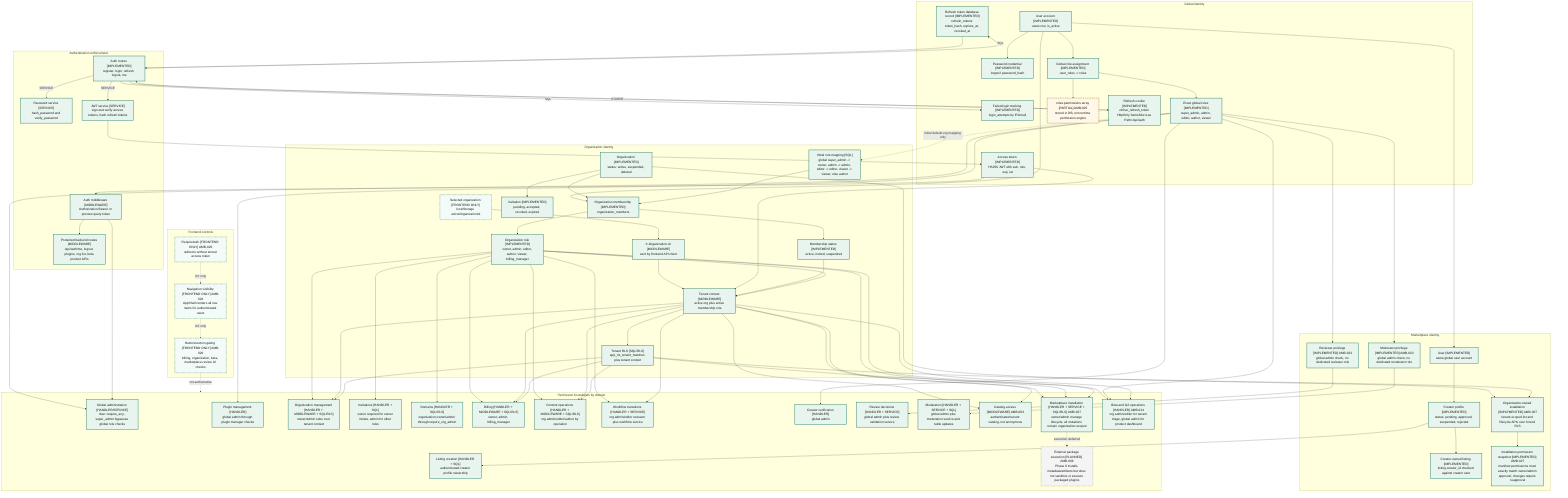
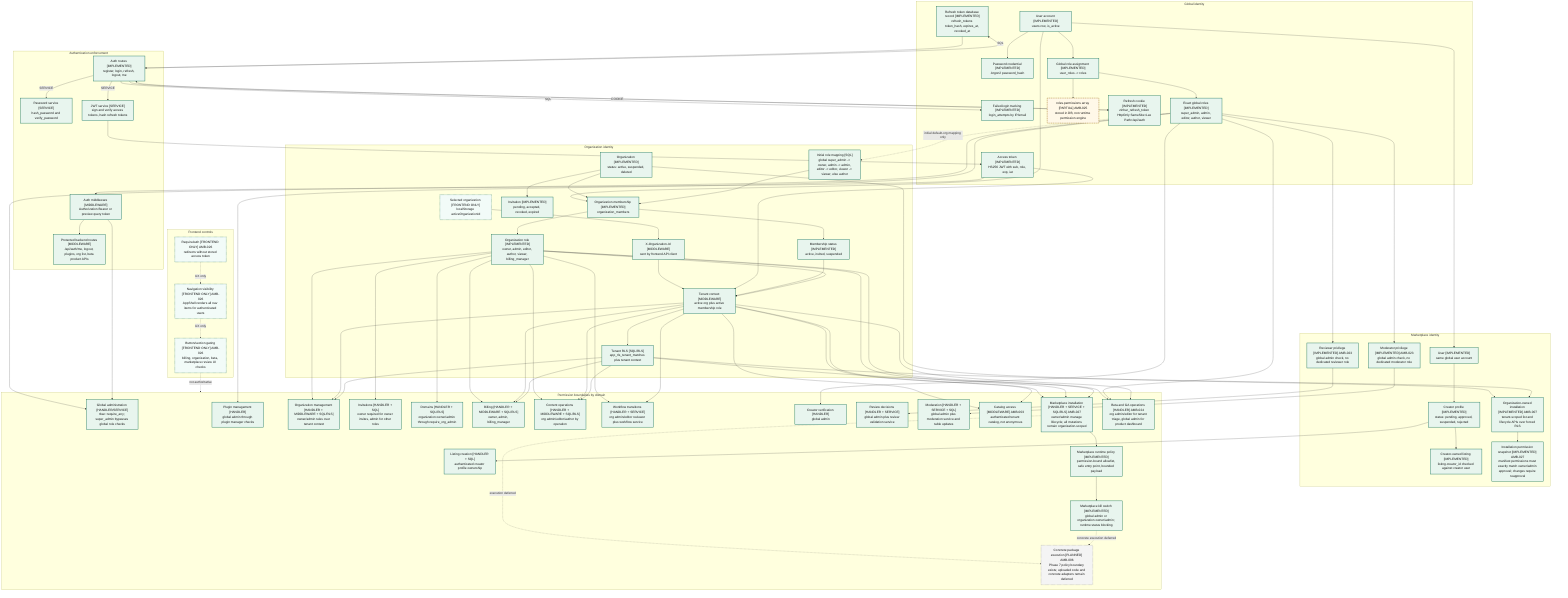
%% Evidence: backend/src/routes/auth.rs
%% Evidence: backend/src/middleware/auth.rs
%% Evidence: backend/src/services/jwt.rs
%% Evidence: backend/src/services/password.rs
%% Evidence: backend/src/services/security.rs
%% Evidence: backend/src/services/rbac.rs
%% Evidence: backend/src/middleware/tenant.rs
%% Evidence: backend/src/services/rls.rs
%% Evidence: backend/src/routes/organizations.rs
%% Evidence: backend/src/routes/billing.rs
%% Evidence: backend/src/routes/beta.rs
%% Evidence: backend/src/routes/marketplace.rs
%% Evidence: backend/src/routes/plugins.rs
%% Evidence: frontend/src/components/RequireAuth.tsx
%% Evidence: frontend/src/components/AppShell.tsx
%% Evidence: frontend/src/stores/useAppStore.ts
%% Evidence: frontend/src/services/api.ts
%% Evidence: backend/migrations/0001_initial_schema.sql
%% Evidence: backend/migrations/0002_seed_foundation_data.sql
%% Evidence: backend/migrations/0003_phase_one_core.sql
%% Evidence: backend/migrations/0007_phase_seven_security.sql
%% Evidence: backend/migrations/0008_v2_phase_one_organizations.sql
%% Evidence: backend/migrations/0009_v2_phase_three_rls.sql
%% Evidence: backend/migrations/0015_v3_phase_one_marketplace_foundation.sql
%% Evidence: backend/migrations/0016_v3_phase_two_creator_submission.sql
%% Evidence: backend/migrations/0018_v3_phase_four_review_moderation.sql
%% Evidence: backend/migrations/0019_v3_phase_six_installation_lifecycle.sql
+ %% Evidence: backend/migrations/0020_v3_phase_seven_permission_sandbox_kill_switch.sql
%% Evidence: backend/src/services/marketplace_installation.rs
+ %% Evidence: backend/src/services/marketplace_runtime.rs
+ %% Evidence: backend/src/routes/marketplace_runtime.rs
%% Evidence: docs/diagrams/AMBIGUITIES.md
flowchart TD
  subgraph global_identity["Global identity"]
    user_account["User account [IMPLEMENTED]<br/>users row, is_active"]
    password_credential["Password credential [IMPLEMENTED]<br/>Argon2 password_hash"]
    failed_login["Failed-login tracking [IMPLEMENTED]<br/>login_attempts by IP/email"]
    global_role_assignment["Global role assignment [IMPLEMENTED]<br/>user_roles -> roles"]
    global_roles["Exact global roles [IMPLEMENTED]<br/>super_admin, admin, editor, author, viewer"]
    role_permissions_array["roles.permissions array [PARTIAL] AMB-025<br/>stored in DB, not runtime permission engine"]
    access_token["Access token [IMPLEMENTED]<br/>HS256 JWT with sub, role, exp, iat"]
    refresh_record["Refresh token database record [IMPLEMENTED]<br/>refresh_tokens token_hash, expires_at, revoked_at"]
    refresh_cookie["Refresh cookie [IMPLEMENTED]<br/>zinhar_refresh_token HttpOnly SameSite=Lax Path=/api/auth"]
  end

  subgraph auth_enforcement["Authentication enforcement"]
    auth_routes["Auth routes [IMPLEMENTED]<br/>register, login, refresh, logout, me"]
    password_service["Password service [SERVICE]<br/>hash_password and verify_password"]
    jwt_service["JWT service [SERVICE]<br/>sign and verify access tokens, hash refresh tokens"]
    auth_middleware["Auth middleware [MIDDLEWARE]<br/>Authorization Bearer or preview query token"]
    protected_routes["Protected backend routes [MIDDLEWARE]<br/>/api/auth/me, logout, plugins, org list, beta product APIs"]
  end

  subgraph org_identity["Organization identity"]
    organization["Organization [IMPLEMENTED]<br/>status: active, suspended, deleted"]
    membership["Organization membership [IMPLEMENTED]<br/>organization_members"]
    membership_status["Membership status [IMPLEMENTED]<br/>active, invited, suspended"]
    org_role["Organization role [IMPLEMENTED]<br/>owner, admin, editor, author, viewer, billing_manager"]
    invitation["Invitation [IMPLEMENTED]<br/>pending, accepted, revoked, expired"]
    selected_org["Selected organization [FRONTEND ONLY]<br/>localStorage activeOrganizationId"]
    org_header["X-Organization-Id [MIDDLEWARE]<br/>sent by frontend API client"]
    tenant_context["Tenant context [MIDDLEWARE]<br/>active org plus active membership role"]
    tenant_rls["Tenant RLS [SQL/RLS]<br/>app_rls_tenant_matches plus tenant context"]
    role_mapping["Initial role mapping [SQL]<br/>global super_admin -> owner, admin -> admin, editor -> editor, viewer -> viewer, else author"]
  end

  subgraph marketplace_identity["Marketplace identity"]
    marketplace_user["User [IMPLEMENTED]<br/>same global user account"]
    creator_profile["Creator profile [IMPLEMENTED]<br/>status: pending, approved, suspended, rejected"]
    creator_listing["Creator-owned listing [IMPLEMENTED]<br/>listing.creator_id checked against creator user"]
    reviewer_privilege["Reviewer privilege [IMPLEMENTED] AMB-023<br/>global admin check, no dedicated reviewer role"]
    moderator_privilege["Moderator privilege [IMPLEMENTED] AMB-023<br/>global admin check, no dedicated moderator role"]
    org_installation["Organization-owned installation [IMPLEMENTED] AMB-007<br/>tenant-scoped list and lifecycle APIs over forced RLS"]
    install_permission_snapshot["Installation permission snapshot [IMPLEMENTED] AMB-027<br/>manifest permissions must exactly match owner/admin approval; changes require reapproval"]
  end

  subgraph frontend_controls["Frontend controls"]
    require_auth["RequireAuth [FRONTEND ONLY] AMB-026<br/>redirects without stored access token"]
    nav_visibility["Navigation visibility [FRONTEND ONLY] AMB-026<br/>AppShell renders all nav items for authenticated users"]
    frontend_button_gates["Button/section gating [FRONTEND ONLY] AMB-026<br/>billing, organization, beta, marketplace review UI checks"]
  end

  subgraph permission_boundaries["Permission boundaries by domain"]
    global_admin_boundary["Global administration [HANDLER/SERVICE]<br/>rbac::require_any; super_admin bypasses global role checks"]
    plugin_boundary["Plugin management [HANDLER]<br/>global admin through plugin manager checks"]
    organization_boundary["Organization management [HANDLER + MIDDLEWARE + SQL/RLS]<br/>owner/admin rules over tenant context"]
    invitation_boundary["Invitations [HANDLER + SQL]<br/>owner required for owner invites, admin for other roles"]
    domain_boundary["Domains [HANDLER + SQL/RLS]<br/>organization owner/admin through require_org_admin"]
    billing_boundary["Billing [HANDLER + MIDDLEWARE + SQL/RLS]<br/>owner, admin, billing_manager"]
    content_boundary["Content operations [HANDLER + MIDDLEWARE + SQL/RLS]<br/>org admin/editor/author by operation"]
    workflow_boundary["Workflow transitions [HANDLER + SERVICE]<br/>org admin/editor reviewer plus workflow service"]
    creator_verification_boundary["Creator verification [HANDLER]<br/>global admin"]
    listing_creation_boundary["Listing creation [HANDLER + SQL]<br/>authenticated creator profile ownership"]
    review_decision_boundary["Review decisions [HANDLER + SERVICE]<br/>global admin plus review validation service"]
    moderation_boundary["Moderation [HANDLER + SERVICE + SQL]<br/>global admin plus moderation service and table updates"]
    catalog_boundary["Catalog access [MIDDLEWARE] AMB-003<br/>authenticated tenant catalog, not anonymous"]
    installation_boundary["Marketplace installation [HANDLER + SERVICE + SQL/RLS] AMB-027<br/>owner/admin manage lifecycle; all mutations remain organization-scoped"]
-     installation_runtime_boundary["External package execution [PLANNED] AMB-006<br/>Phase 6 installs metadata/artifacts but does not sandbox or execute packaged plugins"]
+     runtime_policy_boundary["Marketplace runtime policy [IMPLEMENTED]<br/>permission-bound allowlist, safe entry point, bounded payload"]
+     kill_switch_boundary["Marketplace kill switch [IMPLEMENTED]<br/>global admin or organization owner/admin; runtime status blocking"]
+     installation_runtime_boundary["Concrete package execution [PLANNED] AMB-006<br/>Phase 7 policy boundary exists; uploaded code and concrete adapters remain deferred"]
    beta_boundary["Beta and GA operations [HANDLER] AMB-024<br/>org admin/editor for tenant triage, global admin for product dashboard"]
  end

  user_account --> password_credential
  user_account --> global_role_assignment
  global_role_assignment --> global_roles
  global_role_assignment --> role_permissions_array
  auth_routes -- "SERVICE" --> password_service
  auth_routes -- "SERVICE" --> jwt_service
  auth_routes -- "SQL" --> refresh_record
  auth_routes -- "COOKIE" --> refresh_cookie
  auth_routes -- "SQL" --> failed_login
  jwt_service --> access_token
  refresh_cookie --> auth_routes
  refresh_record --> auth_routes
  access_token --> auth_middleware
  auth_middleware --> protected_routes

  user_account --> membership
  organization --> membership
  membership --> membership_status
  membership --> org_role
  organization --> invitation
  global_roles -. "initial default-org mapping only" .-> role_mapping
  role_mapping --> membership
  selected_org --> org_header
  org_header --> tenant_context
  access_token --> tenant_context
  tenant_context --> tenant_rls
  membership_status --> tenant_context
  org_role --> tenant_context

  marketplace_user --> creator_profile
  user_account --> marketplace_user
  creator_profile --> creator_listing
  global_roles --> reviewer_privilege
  global_roles --> moderator_privilege
  organization --> org_installation
  org_installation --> install_permission_snapshot
  tenant_rls --> org_installation

  require_auth -. "UX only" .-> nav_visibility
  nav_visibility -. "UX only" .-> frontend_button_gates
  frontend_button_gates -. "not authoritative" .-> permission_boundaries

  global_roles --> global_admin_boundary
  global_roles --> plugin_boundary
  org_role --> organization_boundary
  org_role --> invitation_boundary
  org_role --> domain_boundary
  org_role --> billing_boundary
  org_role --> content_boundary
  org_role --> workflow_boundary
  global_roles --> creator_verification_boundary
  creator_profile --> listing_creation_boundary
  reviewer_privilege --> review_decision_boundary
  moderator_privilege --> moderation_boundary
  tenant_context --> catalog_boundary
  tenant_context --> installation_boundary
  org_role --> installation_boundary
  installation_boundary -. "execution deferred" .-> installation_runtime_boundary
+   installation_boundary --> runtime_policy_boundary
+   runtime_policy_boundary --> kill_switch_boundary
+   kill_switch_boundary -. "concrete execution deferred" .-> installation_runtime_boundary
  org_role --> beta_boundary
  global_roles --> beta_boundary

  auth_middleware --> global_admin_boundary
  tenant_context --> organization_boundary
  tenant_context --> billing_boundary
  tenant_context --> content_boundary
  tenant_context --> workflow_boundary
  tenant_context --> catalog_boundary
  tenant_context --> beta_boundary
  tenant_rls --> organization_boundary
  tenant_rls --> billing_boundary
  tenant_rls --> content_boundary
  tenant_rls --> installation_boundary

-   class user_account,password_credential,failed_login,global_role_assignment,global_roles,access_token,refresh_record,refresh_cookie,auth_routes,password_service,jwt_service,auth_middleware,protected_routes,organization,membership,membership_status,org_role,invitation,org_header,tenant_context,tenant_rls,role_mapping,marketplace_user,creator_profile,creator_listing,reviewer_privilege,moderator_privilege,org_installation,install_permission_snapshot,global_admin_boundary,plugin_boundary,organization_boundary,invitation_boundary,domain_boundary,billing_boundary,content_boundary,workflow_boundary,creator_verification_boundary,listing_creation_boundary,review_decision_boundary,moderation_boundary,catalog_boundary,installation_boundary,beta_boundary implemented
+   class user_account,password_credential,failed_login,global_role_assignment,global_roles,access_token,refresh_record,refresh_cookie,auth_routes,password_service,jwt_service,auth_middleware,protected_routes,organization,membership,membership_status,org_role,invitation,org_header,tenant_context,tenant_rls,role_mapping,marketplace_user,creator_profile,creator_listing,reviewer_privilege,moderator_privilege,org_installation,install_permission_snapshot,global_admin_boundary,plugin_boundary,organization_boundary,invitation_boundary,domain_boundary,billing_boundary,content_boundary,workflow_boundary,creator_verification_boundary,listing_creation_boundary,review_decision_boundary,moderation_boundary,catalog_boundary,installation_boundary,runtime_policy_boundary,kill_switch_boundary,beta_boundary implemented
  class role_permissions_array partial
  class installation_runtime_boundary planned
  class selected_org,require_auth,nav_visibility,frontend_button_gates frontend
  classDef implemented fill:#e8f5ee,stroke:#17745b,stroke-width:2px,color:#111
  classDef partial fill:#fff8e8,stroke:#9a6500,stroke-width:2px,stroke-dasharray: 6 3,color:#111
  classDef frontend fill:#f2fbf8,stroke:#24735a,stroke-width:2px,stroke-dasharray: 3 3,color:#111
  classDef planned fill:#f4f4f4,stroke:#666,stroke-width:2px,stroke-dasharray: 2 4,color:#111
